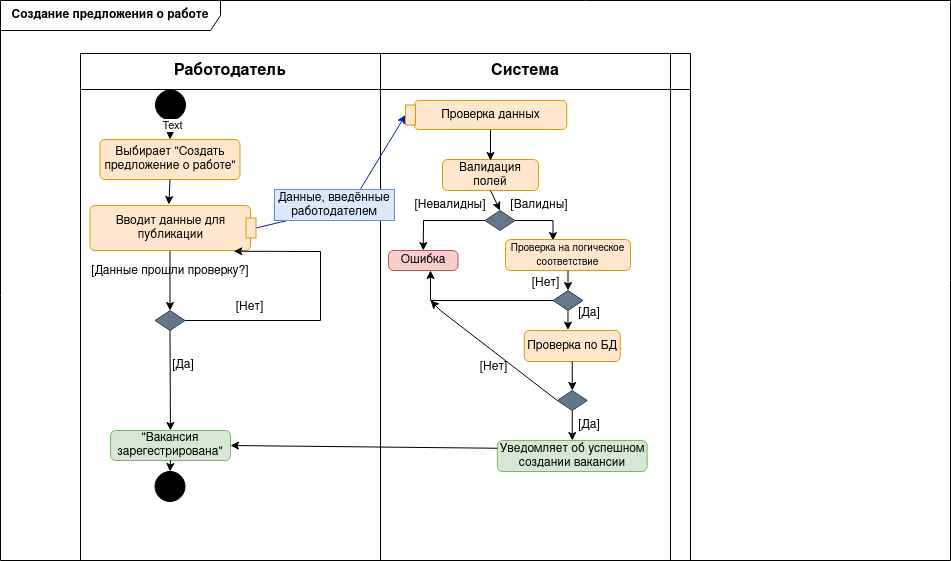
Before: activity_diagrams/Vacancy_publishing.drawio.png, a diagram exported from draw.io (Reem-Almasri/Freelancer-SPM). Source tidied: cells renumbered, new cells last; positions are measured from the earlier drawing's top-left corner, leaving out a move shared by most shapes.
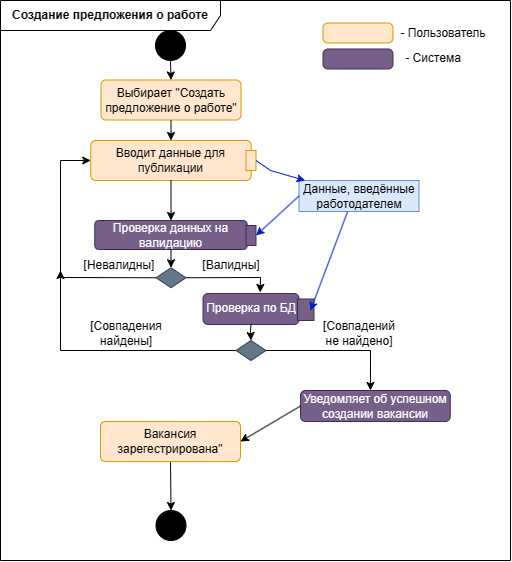
Above is the later version.

What changed in the source:
```diff
@@ -3,209 +3,141 @@
     <mxCell id="0" />
     <mxCell id="1" parent="0" />
     <mxCell id="2" value="&lt;b&gt;Создание предложения о работе&lt;br&gt;&lt;/b&gt;" style="shape=umlFrame;whiteSpace=wrap;html=1;width=220;height=30;" parent="1" vertex="1">
-      <mxGeometry width="950" height="560" as="geometry" />
+      <mxGeometry width="510" height="560" as="geometry" />
     </mxCell>
-    <mxCell id="3" style="shape=table;startSize=0;fontSize=16;" parent="2" vertex="1">
-      <mxGeometry x="80" y="53" width="610" height="507" as="geometry" />
-    </mxCell>
-    <mxCell id="4" style="shape=tableRow;horizontal=0;startSize=0;swimlaneHead=0;swimlaneBody=0;strokeColor=inherit;top=0;left=0;bottom=0;right=0;fillColor=none;fontSize=16;" parent="3" vertex="1">
-      <mxGeometry width="610" height="36" as="geometry" />
-    </mxCell>
-    <mxCell id="5" value="&lt;b&gt;Работодатель&lt;/b&gt;" style="shape=partialRectangle;html=1;whiteSpace=wrap;strokeColor=inherit;overflow=hidden;fillColor=none;top=0;left=0;bottom=0;right=0;fontSize=16;" parent="4" vertex="1">
-      <mxGeometry width="300" height="36" as="geometry" />
-    </mxCell>
-    <mxCell id="6" value="&lt;b&gt;Система&lt;/b&gt;" style="shape=partialRectangle;html=1;whiteSpace=wrap;strokeColor=inherit;overflow=hidden;fillColor=none;top=0;left=0;bottom=0;right=0;fontSize=16;" parent="4" vertex="1">
-      <mxGeometry x="300" width="290" height="36" as="geometry" />
-    </mxCell>
-    <mxCell id="7" style="shape=partialRectangle;html=1;whiteSpace=wrap;strokeColor=inherit;overflow=hidden;fillColor=none;top=0;left=0;bottom=0;right=0;fontSize=16;" parent="4" vertex="1">
-      <mxGeometry x="590" width="20" height="36" as="geometry" />
-    </mxCell>
-    <mxCell id="8" style="shape=tableRow;horizontal=0;startSize=0;swimlaneHead=0;swimlaneBody=0;strokeColor=inherit;top=0;left=0;bottom=0;right=0;fillColor=none;fontSize=16;" parent="3" vertex="1">
-      <mxGeometry y="36" width="610" height="471" as="geometry" />
-    </mxCell>
-    <mxCell id="9" style="shape=partialRectangle;html=1;whiteSpace=wrap;strokeColor=inherit;overflow=hidden;fillColor=none;top=0;left=0;bottom=0;right=0;fontSize=16;" parent="8" vertex="1">
-      <mxGeometry width="300" height="471" as="geometry" />
-    </mxCell>
-    <mxCell id="10" style="shape=partialRectangle;html=1;whiteSpace=wrap;strokeColor=inherit;overflow=hidden;fillColor=none;top=0;left=0;bottom=0;right=0;fontSize=16;" parent="8" vertex="1">
-      <mxGeometry x="300" width="290" height="471" as="geometry" />
-    </mxCell>
-    <mxCell id="11" style="shape=partialRectangle;html=1;whiteSpace=wrap;strokeColor=inherit;overflow=hidden;fillColor=none;top=0;left=0;bottom=0;right=0;fontSize=16;" parent="8" vertex="1">
-      <mxGeometry x="590" width="20" height="471" as="geometry" />
-    </mxCell>
     <mxCell id="12" style="ellipse;fillColor=strokeColor;html=1;" parent="2" vertex="1">
-      <mxGeometry x="155" y="89.5" width="30" height="30" as="geometry" />
+      <mxGeometry x="155" y="30" width="30" height="30" as="geometry" />
     </mxCell>
     <mxCell id="13" value="Выбирает &quot;Создать предложение о работе&quot;" style="html=1;align=center;verticalAlign=middle;rounded=1;absoluteArcSize=1;arcSize=10;dashed=0;whiteSpace=wrap;fillColor=#ffe6cc;strokeColor=#d79b00;" parent="2" vertex="1">
-      <mxGeometry x="99.5" y="139" width="140" height="40" as="geometry" />
+      <mxGeometry x="100.5" y="79.5" width="140" height="40" as="geometry" />
     </mxCell>
-    <mxCell id="14" style="endArrow=classic;html=1;rounded=0;exitX=0.5;exitY=1;exitDx=0;exitDy=0;" parent="2" edge="1" source="13">
-      <mxGeometry relative="1" as="geometry">
-        <mxPoint x="168.3" y="204" as="targetPoint" />
-      </mxGeometry>
+    <mxCell id="14" style="endArrow=classic;html=1;rounded=0;exitX=0.5;exitY=1;exitDx=0;exitDy=0;" parent="2" edge="1" source="13" target="19">
+      <mxGeometry relative="1" as="geometry" />
     </mxCell>
     <mxCell id="15" style="endArrow=classic;html=1;rounded=0;exitX=0.5;exitY=1;exitDx=0;exitDy=0;entryX=0.5;entryY=0;entryDx=0;entryDy=0;" parent="2" edge="1" source="12" target="13">
       <mxGeometry relative="1" as="geometry" />
     </mxCell>
-    <mxCell id="16" value="Text" style="edgeLabel;html=1;align=center;verticalAlign=middle;" parent="15" vertex="1">
-      <mxGeometry x="-0.44" y="2" relative="1" as="geometry" />
-    </mxCell>
-    <mxCell id="17" style="edgeStyle=orthogonalEdgeStyle;rounded=0;jettySize=auto;html=1;entryX=0.5;entryY=0;entryDx=0;entryDy=0;" parent="2" edge="1" target="18">
-      <mxGeometry relative="1" as="geometry">
-        <mxPoint x="167.2" y="250" as="sourcePoint" />
-        <Array as="points">
-          <mxPoint x="169" y="250" />
-        </Array>
-      </mxGeometry>
-    </mxCell>
-    <mxCell id="18" style="rhombus;whiteSpace=wrap;html=1;fillColor=#647687;fontColor=#ffffff;strokeColor=#314354;" parent="2" vertex="1">
-      <mxGeometry x="154.5" y="310" width="30" height="20" as="geometry" />
-    </mxCell>
     <mxCell id="19" value="Вводит данные для публикации" style="html=1;align=center;verticalAlign=middle;rounded=1;absoluteArcSize=1;arcSize=10;dashed=0;whiteSpace=wrap;fillColor=#ffe6cc;strokeColor=#d79b00;" parent="2" vertex="1">
-      <mxGeometry x="89.5" y="205" width="160.5" height="45" as="geometry" />
+      <mxGeometry x="90.2" y="140" width="160.5" height="40" as="geometry" />
     </mxCell>
-    <mxCell id="20" style="endArrow=classic;html=1;rounded=0;exitX=0.5;exitY=1;exitDx=0;exitDy=0;" parent="2" edge="1" source="18" target="24">
-      <mxGeometry relative="1" as="geometry" />
+    <mxCell id="20" style="endArrow=classic;html=1;rounded=0;exitX=0;exitY=0.5;exitDx=0;exitDy=0;" parent="2" edge="1" source="40">
+      <mxGeometry relative="1" as="geometry">
+        <mxPoint x="60" y="270" as="targetPoint" />
+        <Array as="points">
+          <mxPoint x="60" y="350" />
+        </Array>
+      </mxGeometry>
     </mxCell>
-    <mxCell id="21" style="endArrow=classic;html=1;rounded=0;exitX=1;exitY=0.5;exitDx=0;exitDy=0;entryX=0.896;entryY=1.017;entryDx=0;entryDy=0;entryPerimeter=0;" parent="2" edge="1" source="18" target="19">
-      <mxGeometry relative="1" as="geometry">
-        <Array as="points">
-          <mxPoint x="320" y="320" />
-          <mxPoint x="320" y="251" />
-        </Array>
-      </mxGeometry>
-    </mxCell>
-    <mxCell id="22" value="Валидация полей" style="html=1;align=center;verticalAlign=middle;rounded=1;absoluteArcSize=1;arcSize=10;dashed=0;whiteSpace=wrap;fillColor=#ffe6cc;strokeColor=#d79b00;" parent="2" vertex="1">
-      <mxGeometry x="442" y="159" width="96" height="31" as="geometry" />
-    </mxCell>
-    <mxCell id="23" style="endArrow=classic;html=1;rounded=0;exitX=0.5;exitY=1;exitDx=0;exitDy=0;" parent="2" edge="1" source="29">
-      <mxGeometry relative="1" as="geometry">
-        <mxPoint x="490" y="160" as="targetPoint" />
-      </mxGeometry>
-    </mxCell>
-    <mxCell id="24" value="&quot;Вакансия зарегестрирована&quot;" style="html=1;align=center;verticalAlign=middle;rounded=1;absoluteArcSize=1;arcSize=10;dashed=0;whiteSpace=wrap;fillColor=#d5e8d4;strokeColor=#82b366;" parent="2" vertex="1">
-      <mxGeometry x="110" y="430" width="120" height="30" as="geometry" />
-    </mxCell>
-    <mxCell id="25" value="[Данные прошли проверку?]" style="text;html=1;strokeColor=none;fillColor=none;align=center;verticalAlign=middle;whiteSpace=wrap;rounded=0;" parent="2" vertex="1">
-      <mxGeometry x="90" y="256" width="160" height="30" as="geometry" />
-    </mxCell>
-    <mxCell id="26" value="[Да]" style="text;html=1;strokeColor=none;fillColor=none;align=center;verticalAlign=middle;whiteSpace=wrap;rounded=0;" parent="2" vertex="1">
-      <mxGeometry x="566.2" y="303" width="45.5" height="20" as="geometry" />
-    </mxCell>
-    <mxCell id="27" style="endArrow=classic;html=1;rounded=0;fillColor=#0050ef;strokeColor=#001DBC;entryX=0.5;entryY=1;entryDx=0;entryDy=0;exitX=0.5;exitY=0;exitDx=0;exitDy=0;" parent="2" edge="1" source="30" target="31">
-      <mxGeometry relative="1" as="geometry">
-        <Array as="points">
-          <mxPoint x="350" y="205" />
-        </Array>
-      </mxGeometry>
-    </mxCell>
     <mxCell id="28" value="Данные, введённые работодателем" style="text;html=1;strokeColor=#6c8ebf;fillColor=#dae8fc;align=center;verticalAlign=middle;whiteSpace=wrap;rounded=0;" parent="2" vertex="1">
-      <mxGeometry x="274" y="189" width="120" height="31" as="geometry" />
+      <mxGeometry x="298.5" y="180" width="120" height="31" as="geometry" />
     </mxCell>
-    <mxCell id="29" value="Проверка данных" style="rounded=1;whiteSpace=wrap;html=1;fillColor=#ffe6cc;strokeColor=#d79b00;" parent="2" vertex="1">
-      <mxGeometry x="413.8" y="100" width="152.5" height="29" as="geometry" />
+    <mxCell id="29" value="Проверка данных на валидацию" style="rounded=1;whiteSpace=wrap;html=1;fillColor=#76608a;strokeColor=#432D57;fontColor=#ffffff;" parent="2" vertex="1">
+      <mxGeometry x="94.2" y="220" width="152.5" height="29" as="geometry" />
     </mxCell>
     <mxCell id="30" style="rounded=0;whiteSpace=wrap;html=1;fillColor=#ffe6cc;strokeColor=#d79b00;rotation=90;" parent="2" vertex="1">
-      <mxGeometry x="240.5" y="222.5" width="20" height="10" as="geometry" />
+      <mxGeometry x="240.5" y="155" width="20" height="10" as="geometry" />
     </mxCell>
-    <mxCell id="31" style="rounded=0;whiteSpace=wrap;html=1;fillColor=#ffe6cc;strokeColor=#d79b00;rotation=90;" parent="2" vertex="1">
-      <mxGeometry x="400" y="109.5" width="20" height="10" as="geometry" />
+    <mxCell id="31" style="rounded=0;whiteSpace=wrap;html=1;fillColor=#76608a;strokeColor=#432D57;rotation=90;fontColor=#ffffff;" parent="2" vertex="1">
+      <mxGeometry x="240.5" y="230" width="20" height="10" as="geometry" />
     </mxCell>
     <mxCell id="32" style="rhombus;whiteSpace=wrap;html=1;fillColor=#647687;fontColor=#ffffff;strokeColor=#314354;" parent="2" vertex="1">
-      <mxGeometry x="484.5" y="210" width="30" height="20" as="geometry" />
+      <mxGeometry x="155.5" y="267.2" width="30" height="20" as="geometry" />
     </mxCell>
-    <mxCell id="33" style="endArrow=classic;html=1;rounded=0;exitX=1;exitY=0.5;exitDx=0;exitDy=0;entryX=0.5;entryY=0;entryDx=0;entryDy=0;" parent="2" edge="1" source="32">
+    <mxCell id="33" style="endArrow=classic;html=1;rounded=0;exitX=1;exitY=0.5;exitDx=0;exitDy=0;entryX=0.596;entryY=-0.035;entryDx=0;entryDy=0;entryPerimeter=0;" parent="2" edge="1" source="32" target="44">
       <mxGeometry relative="1" as="geometry">
-        <mxPoint x="552.5" y="240" as="targetPoint" />
         <Array as="points">
-          <mxPoint x="552.5" y="220" />
+          <mxPoint x="260" y="277" />
         </Array>
       </mxGeometry>
     </mxCell>
     <mxCell id="34" value="[Валидны]" style="text;html=1;strokeColor=none;fillColor=none;align=center;verticalAlign=middle;whiteSpace=wrap;rounded=0;" parent="2" vertex="1">
-      <mxGeometry x="510.8" y="197" width="55.5" height="15" as="geometry" />
+      <mxGeometry x="202.5" y="257" width="55.5" height="15" as="geometry" />
     </mxCell>
     <mxCell id="35" value="[Невалидны]" style="text;html=1;strokeColor=none;fillColor=none;align=center;verticalAlign=middle;whiteSpace=wrap;rounded=0;" parent="2" vertex="1">
-      <mxGeometry x="413.8" y="189" width="72" height="31" as="geometry" />
+      <mxGeometry x="82.5" y="249" width="72" height="31" as="geometry" />
     </mxCell>
-    <mxCell id="36" value="Ошибка" style="html=1;align=center;verticalAlign=middle;rounded=1;absoluteArcSize=1;arcSize=10;dashed=0;whiteSpace=wrap;fillColor=#f8cecc;strokeColor=#b85450;" parent="2" vertex="1">
-      <mxGeometry x="388" y="250" width="69.5" height="20" as="geometry" />
-    </mxCell>
-    <mxCell id="37" style="endArrow=classic;html=1;rounded=0;entryX=0.5;entryY=0;entryDx=0;entryDy=0;exitX=0;exitY=0.5;exitDx=0;exitDy=0;" parent="2" edge="1" source="32" target="36">
+    <mxCell id="37" style="endArrow=classic;html=1;rounded=0;entryX=0;entryY=0.5;entryDx=0;entryDy=0;exitX=0;exitY=0.5;exitDx=0;exitDy=0;" parent="2" edge="1" source="32" target="19">
       <mxGeometry relative="1" as="geometry">
         <Array as="points">
-          <mxPoint x="423" y="220" />
+          <mxPoint x="60" y="277" />
+          <mxPoint x="60" y="160" />
         </Array>
       </mxGeometry>
     </mxCell>
-    <mxCell id="38" style="endArrow=classic;html=1;rounded=0;exitX=0.5;exitY=1;exitDx=0;exitDy=0;entryX=0.5;entryY=0;entryDx=0;entryDy=0;" parent="2" edge="1" source="22" target="32">
+    <mxCell id="38" style="endArrow=classic;html=1;rounded=0;exitX=0.5;exitY=1;exitDx=0;exitDy=0;entryX=0.5;entryY=0;entryDx=0;entryDy=0;" parent="2" edge="1" source="29" target="32">
       <mxGeometry relative="1" as="geometry" />
     </mxCell>
-    <mxCell id="39" value="&lt;font style=&quot;font-size: 10px;&quot;&gt;Проверка на логическое соответствие&lt;/font&gt;" style="html=1;align=center;verticalAlign=middle;rounded=1;absoluteArcSize=1;arcSize=10;dashed=0;whiteSpace=wrap;fillColor=#ffe6cc;strokeColor=#d79b00;" parent="2" vertex="1">
-      <mxGeometry x="505" y="239" width="125" height="31" as="geometry" />
-    </mxCell>
     <mxCell id="40" style="rhombus;whiteSpace=wrap;html=1;fillColor=#647687;fontColor=#ffffff;strokeColor=#314354;" parent="2" vertex="1">
-      <mxGeometry x="552.5" y="290" width="30" height="20" as="geometry" />
+      <mxGeometry x="235.5" y="340" width="30" height="20" as="geometry" />
     </mxCell>
-    <mxCell id="41" style="endArrow=classic;html=1;rounded=0;exitX=0.5;exitY=1;exitDx=0;exitDy=0;entryX=0.5;entryY=0;entryDx=0;entryDy=0;" parent="2" edge="1" source="39" target="40">
-      <mxGeometry relative="1" as="geometry" />
-    </mxCell>
-    <mxCell id="42" value="[Нет]" style="text;html=1;strokeColor=none;fillColor=none;align=center;verticalAlign=middle;whiteSpace=wrap;rounded=0;" parent="2" vertex="1">
-      <mxGeometry x="523.8" y="270" width="42.5" height="25.5" as="geometry" />
-    </mxCell>
-    <mxCell id="43" style="endArrow=classic;html=1;rounded=0;exitX=0;exitY=0.5;exitDx=0;exitDy=0;" parent="2" edge="1" source="40">
-      <mxGeometry relative="1" as="geometry">
-        <mxPoint x="430" y="270" as="targetPoint" />
-        <Array as="points">
-          <mxPoint x="430" y="300" />
-        </Array>
-      </mxGeometry>
-    </mxCell>
-    <mxCell id="44" value="Проверка по БД" style="html=1;align=center;verticalAlign=middle;rounded=1;absoluteArcSize=1;arcSize=10;dashed=0;whiteSpace=wrap;fillColor=#ffe6cc;strokeColor=#d79b00;" parent="2" vertex="1">
-      <mxGeometry x="523.8" y="330" width="96" height="31" as="geometry" />
+    <mxCell id="44" value="Проверка по БД" style="html=1;align=center;verticalAlign=middle;rounded=1;absoluteArcSize=1;arcSize=10;dashed=0;whiteSpace=wrap;fillColor=#76608a;strokeColor=#432D57;fontColor=#ffffff;" parent="2" vertex="1">
+      <mxGeometry x="202.5" y="293" width="96" height="31" as="geometry" />
     </mxCell>
-    <mxCell id="45" style="endArrow=classic;html=1;rounded=0;exitX=0.5;exitY=1;exitDx=0;exitDy=0;entryX=0.455;entryY=-0.014;entryDx=0;entryDy=0;entryPerimeter=0;" parent="2" edge="1" source="40" target="44">
-      <mxGeometry relative="1" as="geometry" />
-    </mxCell>
-    <mxCell id="46" style="rhombus;whiteSpace=wrap;html=1;fillColor=#647687;fontColor=#ffffff;strokeColor=#314354;" parent="2" vertex="1">
-      <mxGeometry x="556.8" y="390" width="30" height="20" as="geometry" />
-    </mxCell>
-    <mxCell id="47" style="endArrow=classic;html=1;rounded=0;exitX=0;exitY=0.5;exitDx=0;exitDy=0;" parent="2" edge="1" source="46">
-      <mxGeometry relative="1" as="geometry">
-        <mxPoint x="430" y="300" as="targetPoint" />
-        <Array as="points">
-          <mxPoint x="440" y="310" />
-        </Array>
-      </mxGeometry>
-    </mxCell>
-    <mxCell id="48" style="endArrow=classic;html=1;rounded=0;exitX=0.5;exitY=1;exitDx=0;exitDy=0;entryX=0.5;entryY=0;entryDx=0;entryDy=0;" parent="2" edge="1" source="44" target="46">
-      <mxGeometry relative="1" as="geometry" />
-    </mxCell>
-    <mxCell id="49" value="[Нет]" style="text;html=1;strokeColor=none;fillColor=none;align=center;verticalAlign=middle;whiteSpace=wrap;rounded=0;" parent="2" vertex="1">
-      <mxGeometry x="472" y="354.5" width="42.5" height="25.5" as="geometry" />
-    </mxCell>
-    <mxCell id="50" value="Уведомляет об успешном создании вакансии" style="html=1;align=center;verticalAlign=middle;rounded=1;absoluteArcSize=1;arcSize=10;dashed=0;whiteSpace=wrap;fillColor=#d5e8d4;strokeColor=#82b366;" parent="2" vertex="1">
-      <mxGeometry x="496.9" y="440" width="149.8" height="31" as="geometry" />
+    <mxCell id="50" value="Уведомляет об успешном создании вакансии" style="html=1;align=center;verticalAlign=middle;rounded=1;absoluteArcSize=1;arcSize=10;dashed=0;whiteSpace=wrap;fillColor=#76608a;strokeColor=#432D57;fontColor=#ffffff;" parent="2" vertex="1">
+      <mxGeometry x="300" y="390" width="149.8" height="31" as="geometry" />
     </mxCell>
-    <mxCell id="51" style="endArrow=classic;html=1;rounded=0;exitX=0.5;exitY=1;exitDx=0;exitDy=0;" parent="2" edge="1" source="46" target="50">
-      <mxGeometry relative="1" as="geometry" />
-    </mxCell>
-    <mxCell id="52" value="[Да]" style="text;html=1;strokeColor=none;fillColor=none;align=center;verticalAlign=middle;whiteSpace=wrap;rounded=0;" parent="2" vertex="1">
-      <mxGeometry x="574.8" y="420" width="28.4" height="10" as="geometry" />
-    </mxCell>
-    <mxCell id="53" value="[Нет]" style="text;html=1;strokeColor=none;fillColor=none;align=center;verticalAlign=middle;whiteSpace=wrap;rounded=0;" parent="2" vertex="1">
-      <mxGeometry x="228" y="293.8" width="42.5" height="25.5" as="geometry" />
-    </mxCell>
-    <mxCell id="54" value="[Да]" style="text;html=1;strokeColor=none;fillColor=none;align=center;verticalAlign=middle;whiteSpace=wrap;rounded=0;" parent="2" vertex="1">
-      <mxGeometry x="160" y="354.5" width="45.5" height="20" as="geometry" />
-    </mxCell>
     <mxCell id="55" style="ellipse;fillColor=strokeColor;html=1;" parent="2" vertex="1">
-      <mxGeometry x="154.5" y="471" width="30" height="30" as="geometry" />
+      <mxGeometry x="155.5" y="510" width="30" height="30" as="geometry" />
     </mxCell>
-    <mxCell id="56" style="endArrow=classic;html=1;rounded=0;exitX=0.5;exitY=1;exitDx=0;exitDy=0;" parent="2" edge="1" source="24" target="55">
+    <mxCell id="56" style="endArrow=classic;html=1;rounded=0;exitX=0.5;exitY=1;exitDx=0;exitDy=0;" parent="2" edge="1" source="67" target="55">
       <mxGeometry relative="1" as="geometry" />
     </mxCell>
-    <mxCell id="57" style="endArrow=classic;html=1;rounded=0;exitX=0;exitY=0.25;exitDx=0;exitDy=0;entryX=1;entryY=0.5;entryDx=0;entryDy=0;" parent="2" edge="1" source="50" target="24">
+    <mxCell id="57" style="endArrow=classic;html=1;rounded=0;exitX=0;exitY=0.5;exitDx=0;exitDy=0;entryX=1;entryY=0.5;entryDx=0;entryDy=0;" parent="2" edge="1" source="50" target="67">
       <mxGeometry relative="1" as="geometry" />
     </mxCell>
+    <mxCell id="58" style="endArrow=classic;html=1;rounded=0;exitX=0.5;exitY=1;exitDx=0;exitDy=0;entryX=0.5;entryY=0;entryDx=0;entryDy=0;" parent="2" edge="1" source="19" target="29">
+      <mxGeometry relative="1" as="geometry" />
+    </mxCell>
+    <mxCell id="59" style="endArrow=classic;html=1;rounded=0;exitX=0.5;exitY=1;exitDx=0;exitDy=0;entryX=0.5;entryY=0;entryDx=0;entryDy=0;" parent="2" edge="1" source="44" target="40">
+      <mxGeometry relative="1" as="geometry">
+        <Array as="points">
+          <mxPoint x="250" y="330" />
+        </Array>
+      </mxGeometry>
+    </mxCell>
+    <mxCell id="60" style="rounded=0;whiteSpace=wrap;html=1;fillColor=#76608a;strokeColor=#432D57;rotation=90;fontColor=#ffffff;" parent="2" vertex="1">
+      <mxGeometry x="294.5" y="301" width="21.5" height="16.5" as="geometry" />
+    </mxCell>
+    <mxCell id="61" style="endArrow=classic;html=1;rounded=0;fillColor=#0050ef;strokeColor=#001DBC;exitX=0.5;exitY=0;exitDx=0;exitDy=0;" parent="2" edge="1" source="30" target="28">
+      <mxGeometry relative="1" as="geometry">
+        <Array as="points">
+          <mxPoint x="270" y="170" />
+        </Array>
+      </mxGeometry>
+    </mxCell>
+    <mxCell id="62" style="endArrow=classic;html=1;rounded=0;fillColor=#0050ef;strokeColor=#001DBC;exitX=0;exitY=0.5;exitDx=0;exitDy=0;entryX=0.5;entryY=0;entryDx=0;entryDy=0;" parent="2" edge="1" source="28" target="31">
+      <mxGeometry relative="1" as="geometry" />
+    </mxCell>
+    <mxCell id="63" style="endArrow=classic;html=1;rounded=0;fillColor=#0050ef;strokeColor=#001DBC;exitX=0.404;exitY=1.017;exitDx=0;exitDy=0;exitPerimeter=0;entryX=0.535;entryY=0.212;entryDx=0;entryDy=0;entryPerimeter=0;" parent="2" edge="1" source="28" target="60">
+      <mxGeometry relative="1" as="geometry" />
+    </mxCell>
+    <mxCell id="64" value="[Совпадения найдены]" style="text;html=1;strokeColor=none;fillColor=none;align=center;verticalAlign=middle;whiteSpace=wrap;rounded=0;" parent="2" vertex="1">
+      <mxGeometry x="90.2" y="317.5" width="72" height="31" as="geometry" />
+    </mxCell>
+    <mxCell id="65" style="endArrow=classic;html=1;rounded=0;exitX=1;exitY=0.5;exitDx=0;exitDy=0;entryX=0.467;entryY=-0.001;entryDx=0;entryDy=0;entryPerimeter=0;" parent="2" edge="1" source="40" target="50">
+      <mxGeometry relative="1" as="geometry">
+        <Array as="points">
+          <mxPoint x="370" y="350" />
+        </Array>
+      </mxGeometry>
+    </mxCell>
+    <mxCell id="66" value="[Совпадений не найдено]" style="text;html=1;strokeColor=none;fillColor=none;align=center;verticalAlign=middle;whiteSpace=wrap;rounded=0;" parent="2" vertex="1">
+      <mxGeometry x="322.5" y="317.5" width="72" height="31" as="geometry" />
+    </mxCell>
+    <mxCell id="67" value="Вакансия зарегестрирована&quot;" style="html=1;align=center;verticalAlign=middle;rounded=1;absoluteArcSize=1;arcSize=10;dashed=0;whiteSpace=wrap;fillColor=#ffe6cc;strokeColor=#d79b00;" parent="2" vertex="1">
+      <mxGeometry x="100" y="421" width="140" height="40" as="geometry" />
+    </mxCell>
+    <mxCell id="68" style="html=1;align=center;verticalAlign=middle;rounded=1;absoluteArcSize=1;arcSize=10;dashed=0;whiteSpace=wrap;fillColor=#ffe6cc;strokeColor=#d79b00;" parent="2" vertex="1">
+      <mxGeometry x="322.5" y="22.5" width="70" height="20" as="geometry" />
+    </mxCell>
+    <mxCell id="69" value="- Пользователь" style="text;html=1;strokeColor=none;fillColor=none;align=center;verticalAlign=middle;whiteSpace=wrap;rounded=0;" parent="2" vertex="1">
+      <mxGeometry x="397.5" y="17.5" width="90" height="30" as="geometry" />
+    </mxCell>
+    <mxCell id="70" style="html=1;align=center;verticalAlign=middle;rounded=1;absoluteArcSize=1;arcSize=10;dashed=0;whiteSpace=wrap;fillColor=#76608a;strokeColor=#432D57;fontColor=#ffffff;" parent="2" vertex="1">
+      <mxGeometry x="322.5" y="48.5" width="70" height="20" as="geometry" />
+    </mxCell>
+    <mxCell id="71" value="- Система" style="text;html=1;strokeColor=none;fillColor=none;align=center;verticalAlign=middle;whiteSpace=wrap;rounded=0;" parent="2" vertex="1">
+      <mxGeometry x="387.5" y="42.5" width="90" height="30" as="geometry" />
+    </mxCell>
   </root>
 </mxGraphModel>
```
